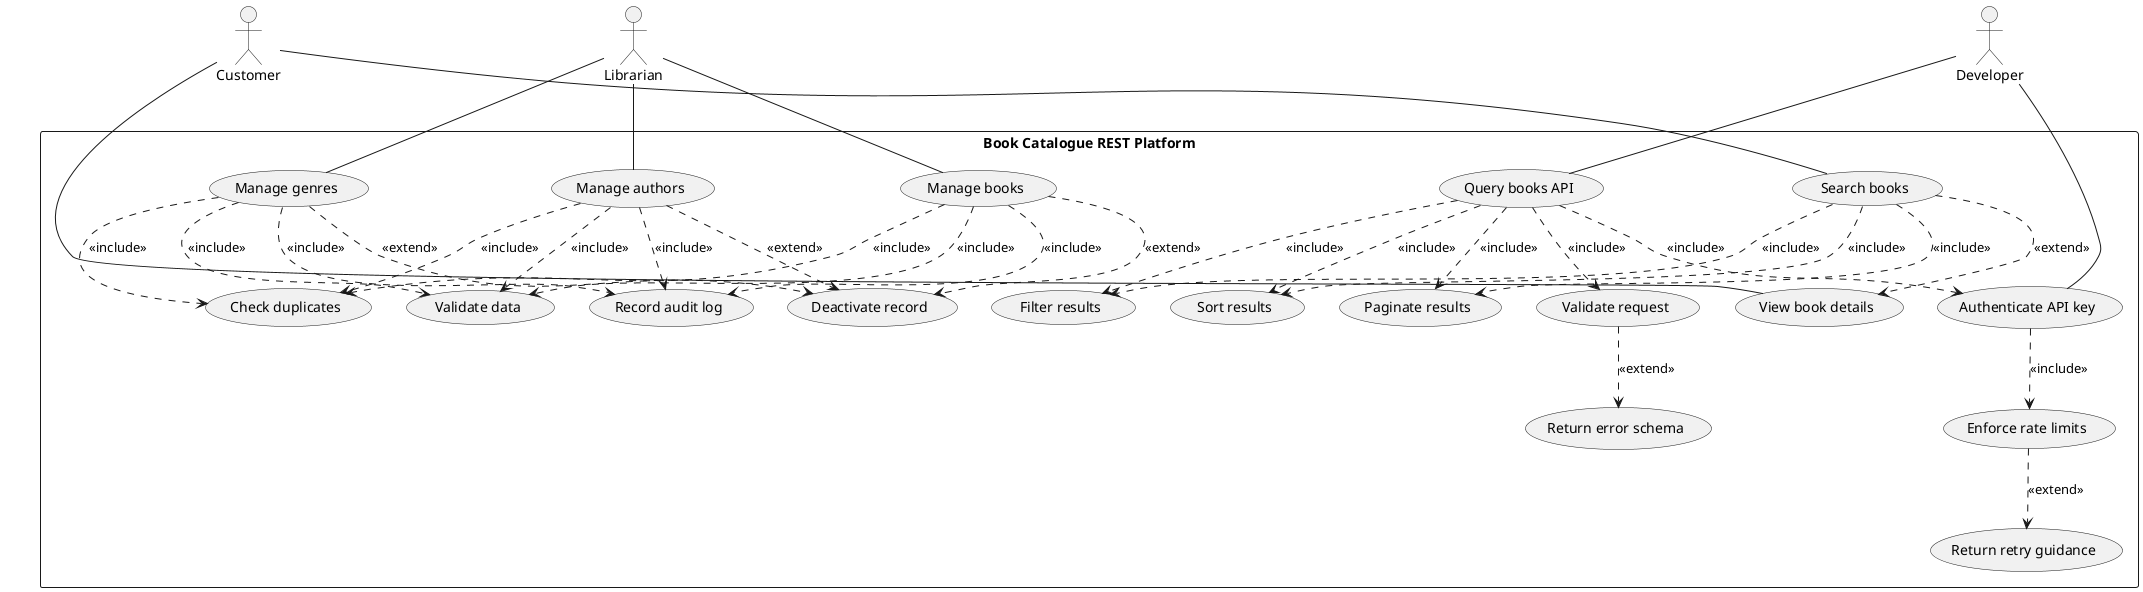
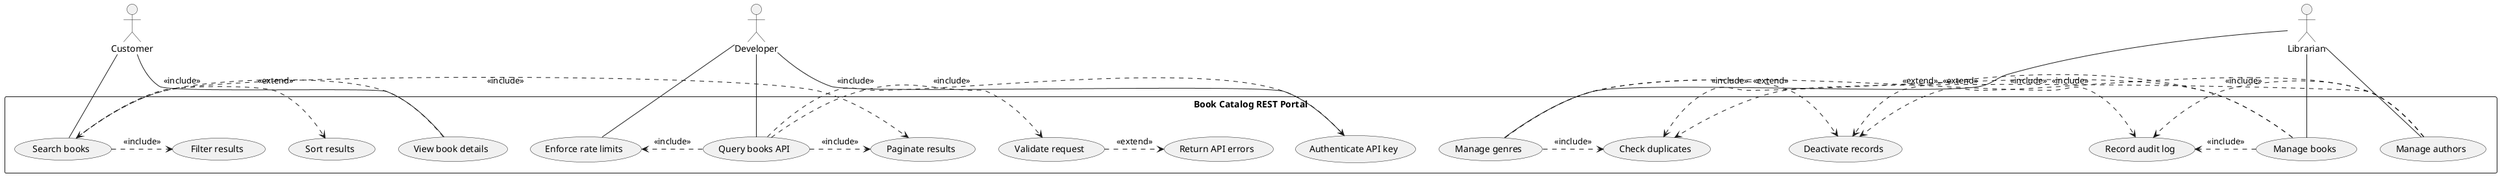
@startuml
actor Customer
actor Developer
actor Librarian

- rectangle "Book Catalogue REST Platform" {
+ rectangle "Book Catalog REST Portal" {
  usecase "Search books" as SearchBooks
  usecase "Filter results" as FilterResults
  usecase "Sort results" as SortResults
  usecase "Paginate results" as PaginateResults
  usecase "View book details" as ViewBookDetails

  usecase "Query books API" as QueryBooksApi
  usecase "Validate request" as ValidateRequest
-   usecase "Return error schema" as ReturnErrorSchema
- 
+   usecase "Return API errors" as ReturnApiErrors
  usecase "Authenticate API key" as AuthenticateApiKey
  usecase "Enforce rate limits" as EnforceRateLimits
-   usecase "Return retry guidance" as ReturnRetryGuidance

  usecase "Manage books" as ManageBooks
  usecase "Manage authors" as ManageAuthors
  usecase "Manage genres" as ManageGenres
  usecase "Check duplicates" as CheckDuplicates
-   usecase "Validate data" as ValidateData
  usecase "Record audit log" as RecordAuditLog
-   usecase "Deactivate record" as DeactivateRecord
+   usecase "Deactivate records" as DeactivateRecords
}

Customer -- SearchBooks
Customer -- ViewBookDetails

Developer -- QueryBooksApi
Developer -- AuthenticateApiKey
+ Developer -- EnforceRateLimits

Librarian -- ManageBooks
Librarian -- ManageAuthors
Librarian -- ManageGenres

- SearchBooks ..> FilterResults : <<include>>
- SearchBooks ..> SortResults : <<include>>
- SearchBooks ..> PaginateResults : <<include>>
- SearchBooks ..> ViewBookDetails : <<extend>>
+ SearchBooks .> FilterResults : <<include>>
+ SearchBooks .> SortResults : <<include>>
+ SearchBooks .> PaginateResults : <<include>>
+ ViewBookDetails .> SearchBooks : <<extend>>

- QueryBooksApi ..> FilterResults : <<include>>
- QueryBooksApi ..> SortResults : <<include>>
- QueryBooksApi ..> PaginateResults : <<include>>
- QueryBooksApi ..> ValidateRequest : <<include>>
- ValidateRequest ..> ReturnErrorSchema : <<extend>>
+ QueryBooksApi .> ValidateRequest : <<include>>
+ QueryBooksApi .> PaginateResults : <<include>>
+ ValidateRequest .> ReturnApiErrors : <<extend>>
+ QueryBooksApi .> AuthenticateApiKey : <<include>>
+ QueryBooksApi .> EnforceRateLimits : <<include>>

- QueryBooksApi ..> AuthenticateApiKey : <<include>>
- AuthenticateApiKey ..> EnforceRateLimits : <<include>>
- EnforceRateLimits ..> ReturnRetryGuidance : <<extend>>
+ ManageBooks .> CheckDuplicates : <<include>>
+ ManageAuthors .> CheckDuplicates : <<include>>
+ ManageGenres .> CheckDuplicates : <<include>>

- ManageBooks ..> ValidateData : <<include>>
- ManageAuthors ..> ValidateData : <<include>>
- ManageGenres ..> ValidateData : <<include>>
+ ManageBooks .> RecordAuditLog : <<include>>
+ ManageAuthors .> RecordAuditLog : <<include>>
+ ManageGenres .> RecordAuditLog : <<include>>

- ManageBooks ..> CheckDuplicates : <<include>>
- ManageAuthors ..> CheckDuplicates : <<include>>
- ManageGenres ..> CheckDuplicates : <<include>>
- 
- ManageBooks ..> RecordAuditLog : <<include>>
- ManageAuthors ..> RecordAuditLog : <<include>>
- ManageGenres ..> RecordAuditLog : <<include>>
- 
- ManageBooks ..> DeactivateRecord : <<extend>>
- ManageAuthors ..> DeactivateRecord : <<extend>>
- ManageGenres ..> DeactivateRecord : <<extend>>
+ ManageBooks .> DeactivateRecords : <<extend>>
+ ManageAuthors .> DeactivateRecords : <<extend>>
+ ManageGenres .> DeactivateRecords : <<extend>>
@enduml